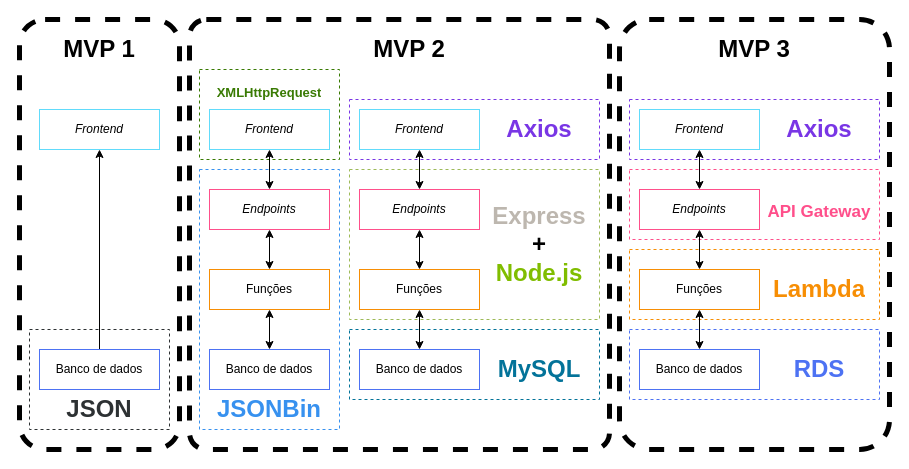
Earlier version of the draw.io diagram page "Progressão" (1 of 4) of Files/Texto/Diagramas/Drawio/API.drawio (UENF-Organizacao-de-Disciplinas/INF01131-Monografia). Source tidied: cells renumbered, new cells numbered last; positions are measured from the earlier drawing's top-left corner, leaving out a move shared by most shapes. Both pictures are drawn from the tidied source at 100%, with x=0, y=0 at pixel (19, 19).
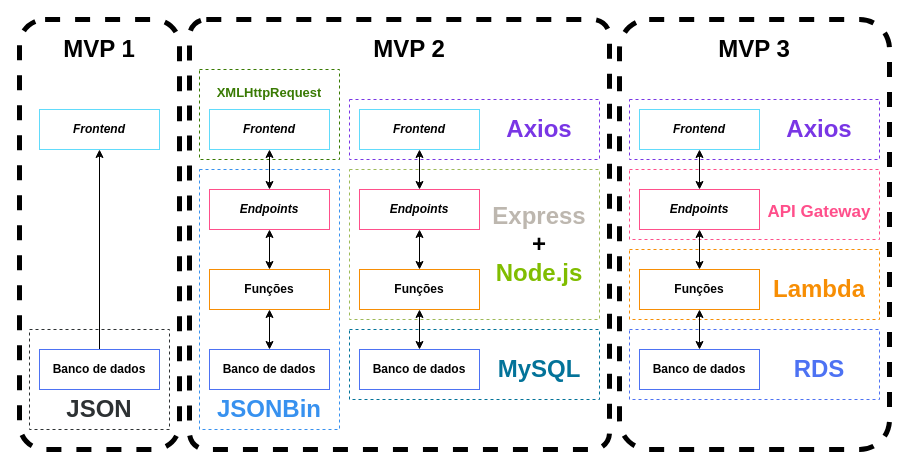
The same diagram, later.

Commit message (it also covers changes not shown here):
atualizando diagramas

Change to the diagram source:
```diff
@@
-    <mxCell id="17" value="&lt;i&gt;Frontend&lt;/i&gt;" style="rounded=0;whiteSpace=wrap;html=1;fillColor=none;strokeColor=#61dbfb;" parent="1" vertex="1">
+    <mxCell id="17" value="&lt;i&gt;Frontend&lt;/i&gt;" style="rounded=0;whiteSpace=wrap;html=1;fillColor=none;strokeColor=#61dbfb;fontStyle=1;" parent="1" vertex="1">
       <mxGeometry x="20" y="90" width="120" height="40" as="geometry" />
     </mxCell>
@@
-    <mxCell id="19" value="Banco de dados" style="rounded=0;whiteSpace=wrap;html=1;fillColor=none;strokeColor=#4D72F3;" parent="1" vertex="1">
+    <mxCell id="19" value="Banco de dados" style="rounded=0;whiteSpace=wrap;html=1;fillColor=none;strokeColor=#4D72F3;fontStyle=1;" parent="1" vertex="1">
       <mxGeometry x="20" y="330" width="120" height="40" as="geometry" />
     </mxCell>
@@
-    <mxCell id="21" value="&lt;i&gt;Frontend&lt;/i&gt;" style="rounded=0;whiteSpace=wrap;html=1;fillColor=none;strokeColor=#61dbfb;" parent="1" vertex="1">
+    <mxCell id="21" value="&lt;i&gt;Frontend&lt;/i&gt;" style="rounded=0;whiteSpace=wrap;html=1;fillColor=none;strokeColor=#61dbfb;fontStyle=1;" parent="1" vertex="1">
       <mxGeometry x="190" y="90" width="120" height="40" as="geometry" />
     </mxCell>
@@
-    <mxCell id="23" value="&lt;i&gt;Endpoints&lt;/i&gt;" style="rounded=0;whiteSpace=wrap;html=1;fillColor=none;strokeColor=#FF4F8B;" parent="1" vertex="1">
+    <mxCell id="23" value="&lt;i&gt;Endpoints&lt;/i&gt;" style="rounded=0;whiteSpace=wrap;html=1;fillColor=none;strokeColor=#FF4F8B;fontStyle=1;" parent="1" vertex="1">
       <mxGeometry x="190" y="170" width="120" height="40" as="geometry" />
     </mxCell>
@@
-    <mxCell id="25" value="Funções" style="rounded=0;whiteSpace=wrap;html=1;fillColor=none;strokeColor=#F78E04;" parent="1" vertex="1">
+    <mxCell id="25" value="Funções" style="rounded=0;whiteSpace=wrap;html=1;fillColor=none;strokeColor=#F78E04;fontStyle=1;" parent="1" vertex="1">
       <mxGeometry x="190" y="250" width="120" height="40" as="geometry" />
     </mxCell>
-    <mxCell id="26" value="Banco de dados" style="rounded=0;whiteSpace=wrap;html=1;fillColor=none;strokeColor=#4D72F3;" parent="1" vertex="1">
+    <mxCell id="26" value="Banco de dados" style="rounded=0;whiteSpace=wrap;html=1;fillColor=none;strokeColor=#4D72F3;fontStyle=1;" parent="1" vertex="1">
       <mxGeometry x="190" y="330" width="120" height="40" as="geometry" />
     </mxCell>
@@
-    <mxCell id="29" value="&lt;i&gt;Frontend&lt;/i&gt;" style="rounded=0;whiteSpace=wrap;html=1;fillColor=none;strokeColor=#61dbfb;" parent="1" vertex="1">
+    <mxCell id="29" value="&lt;i&gt;Frontend&lt;/i&gt;" style="rounded=0;whiteSpace=wrap;html=1;fillColor=none;strokeColor=#61dbfb;fontStyle=1;" parent="1" vertex="1">
       <mxGeometry x="340" y="90" width="120" height="40" as="geometry" />
     </mxCell>
@@
-    <mxCell id="31" value="&lt;i&gt;Endpoints&lt;/i&gt;" style="rounded=0;whiteSpace=wrap;html=1;fillColor=none;strokeColor=#FF4F8B;" parent="1" vertex="1">
+    <mxCell id="31" value="&lt;i&gt;Endpoints&lt;/i&gt;" style="rounded=0;whiteSpace=wrap;html=1;fillColor=none;strokeColor=#FF4F8B;fontStyle=1;" parent="1" vertex="1">
       <mxGeometry x="340" y="170" width="120" height="40" as="geometry" />
     </mxCell>
@@
-    <mxCell id="33" value="Funções" style="rounded=0;whiteSpace=wrap;html=1;fillColor=none;strokeColor=#F78E04;" parent="1" vertex="1">
+    <mxCell id="33" value="Funções" style="rounded=0;whiteSpace=wrap;html=1;fillColor=none;strokeColor=#F78E04;fontStyle=1;" parent="1" vertex="1">
       <mxGeometry x="340" y="250" width="120" height="40" as="geometry" />
     </mxCell>
-    <mxCell id="34" value="Banco de dados" style="rounded=0;whiteSpace=wrap;html=1;fillColor=none;strokeColor=#4D72F3;" parent="1" vertex="1">
+    <mxCell id="34" value="Banco de dados" style="rounded=0;whiteSpace=wrap;html=1;fillColor=none;strokeColor=#4D72F3;fontStyle=1;" parent="1" vertex="1">
       <mxGeometry x="340" y="330" width="120" height="40" as="geometry" />
     </mxCell>
@@
-    <mxCell id="38" value="&lt;i&gt;Frontend&lt;/i&gt;" style="rounded=0;whiteSpace=wrap;html=1;fillColor=none;strokeColor=#61dbfb;" parent="1" vertex="1">
+    <mxCell id="38" value="&lt;i&gt;Frontend&lt;/i&gt;" style="rounded=0;whiteSpace=wrap;html=1;fillColor=none;strokeColor=#61dbfb;fontStyle=1;" parent="1" vertex="1">
       <mxGeometry x="620" y="90" width="120" height="40" as="geometry" />
     </mxCell>
@@
-    <mxCell id="40" value="&lt;i&gt;Endpoints&lt;/i&gt;" style="rounded=0;whiteSpace=wrap;html=1;fillColor=none;strokeColor=#FF4F8B;" parent="1" vertex="1">
+    <mxCell id="40" value="&lt;i&gt;Endpoints&lt;/i&gt;" style="rounded=0;whiteSpace=wrap;html=1;fillColor=none;strokeColor=#FF4F8B;fontStyle=1;" parent="1" vertex="1">
       <mxGeometry x="620" y="170" width="120" height="40" as="geometry" />
     </mxCell>
@@
-    <mxCell id="42" value="Funções" style="rounded=0;whiteSpace=wrap;html=1;fillColor=none;strokeColor=#F78E04;" parent="1" vertex="1">
+    <mxCell id="42" value="Funções" style="rounded=0;whiteSpace=wrap;html=1;fillColor=none;strokeColor=#F78E04;fontStyle=1;" parent="1" vertex="1">
       <mxGeometry x="620" y="250" width="120" height="40" as="geometry" />
     </mxCell>
-    <mxCell id="43" value="Banco de dados" style="rounded=0;whiteSpace=wrap;html=1;fillColor=none;strokeColor=#4D72F3;" parent="1" vertex="1">
+    <mxCell id="43" value="Banco de dados" style="rounded=0;whiteSpace=wrap;html=1;fillColor=none;strokeColor=#4D72F3;fontStyle=1;" parent="1" vertex="1">
       <mxGeometry x="620" y="330" width="120" height="40" as="geometry" />
     </mxCell>
```
